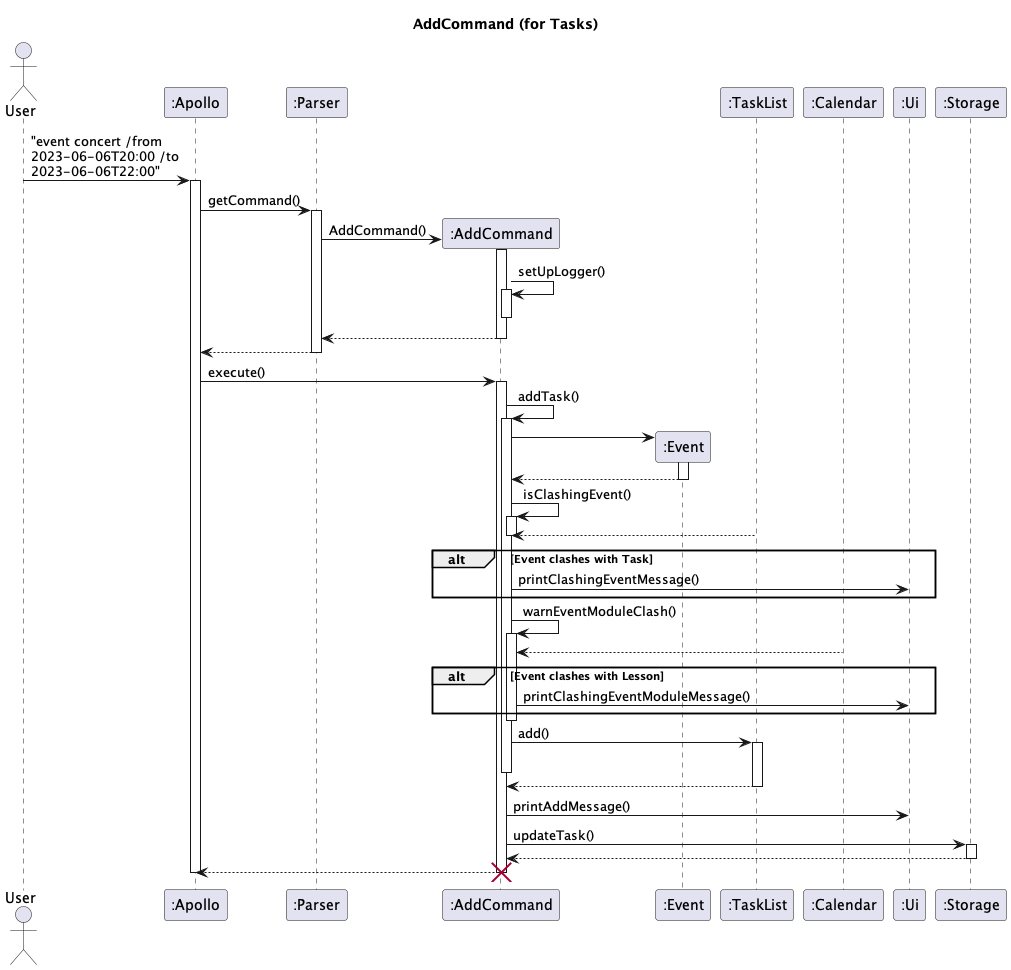
This is docs/uml-diagrams/AddCommand-AddCommand__for_Tasks_.png from nus-cs2113-AY2223S2/tp, a PlantUML export, as it was before one commit.
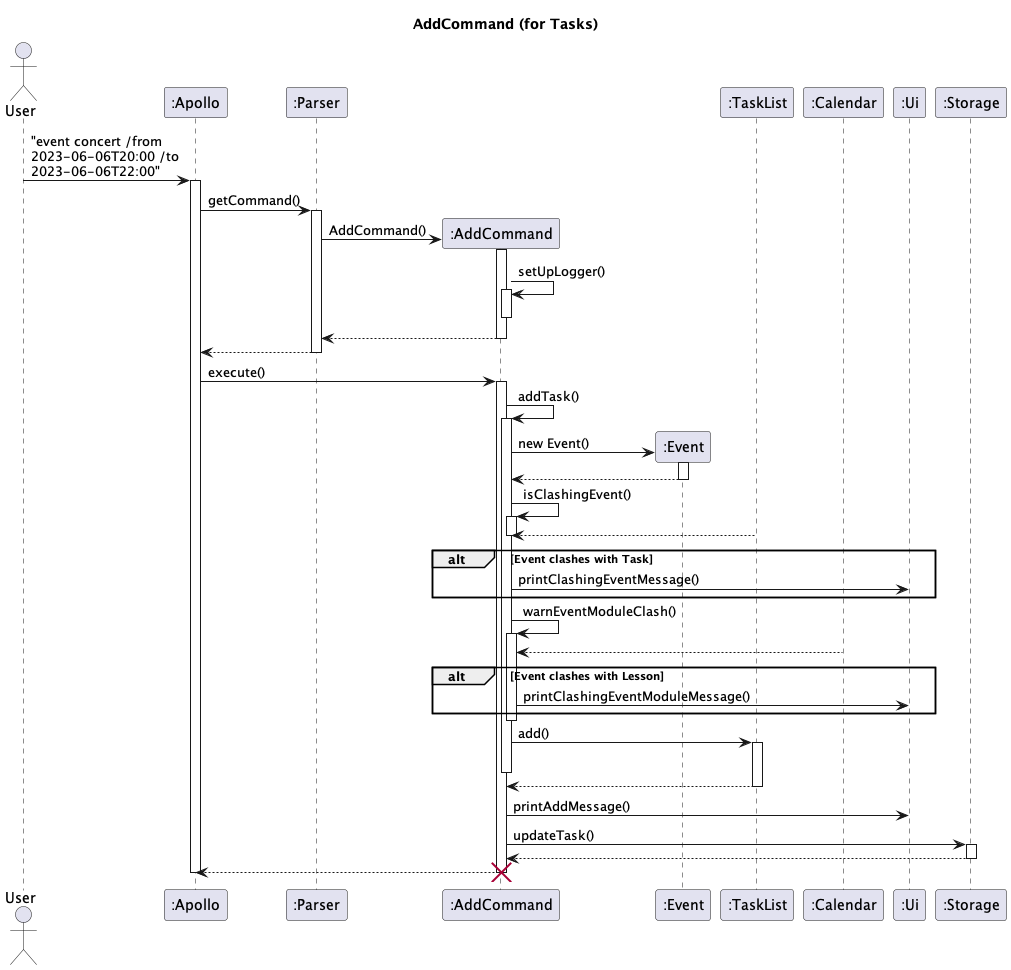
After the commit.

Commit message:
Add missing label for AddCommand diagram

Change to the diagram source:
```diff
@@ -28,7 +28,7 @@
 Apollo -> add : execute()
 activate add
 add -> add++ : addTask()
-add -> Event**
+add -> Event** : new Event()
 Event++
 return
 add -> add++ : isClashingEvent()
```
